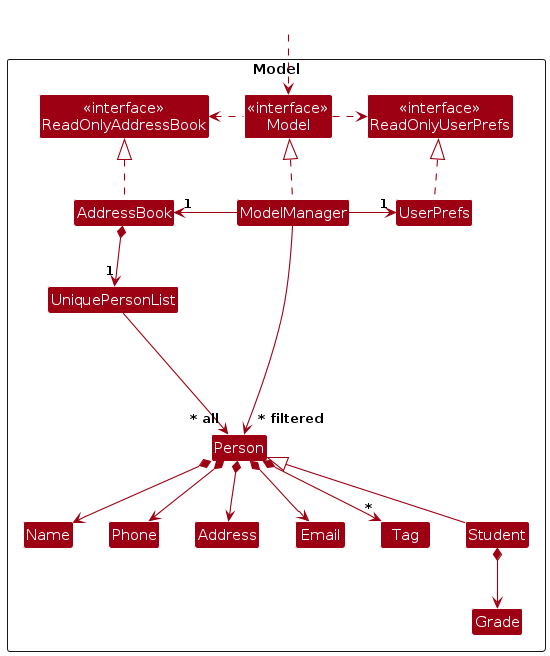
ckclion/tp keeps this PlantUML diagram as diagrams/ModelClassDiagram.png. Above is the earlier version. Its source is kept beside it as diagrams/ModelClassDiagram.puml.
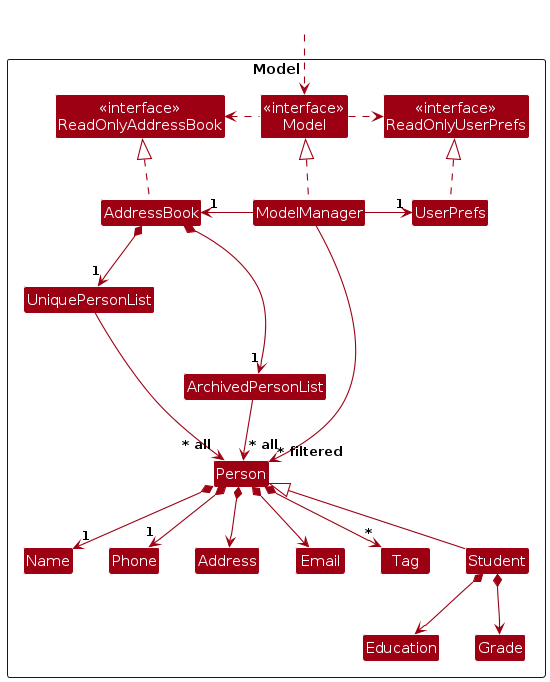
The same diagram one commit later.

Change to the diagram source:
```diff
@@ -12,6 +12,7 @@
 Class ModelManager
 Class UserPrefs
 
+Class ArchivedPersonList
 Class UniquePersonList
 Class Person
 Class Address
@@ -20,6 +21,7 @@
 Class Phone
 Class Tag
 Class Student extends Person
+Class Education
 Class Grade
 
 Class I #FFFFFF
@@ -38,12 +40,15 @@
 UserPrefs .up.|> ReadOnlyUserPrefs
 
 AddressBook *--> "1" UniquePersonList
+AddressBook *--> "1" ArchivedPersonList
+ArchivedPersonList --> "~* all" Person
 UniquePersonList --> "~* all" Person
-Person *--> Name
-Person *--> Phone
+Person *--> "1" Name
+Person *--> "1" Phone
 Person *--> Email
 Person *--> Address
 Person *--> "*" Tag
+Student *--> Education
 Student *--> Grade
 
 Person -[hidden]up--> I
```
